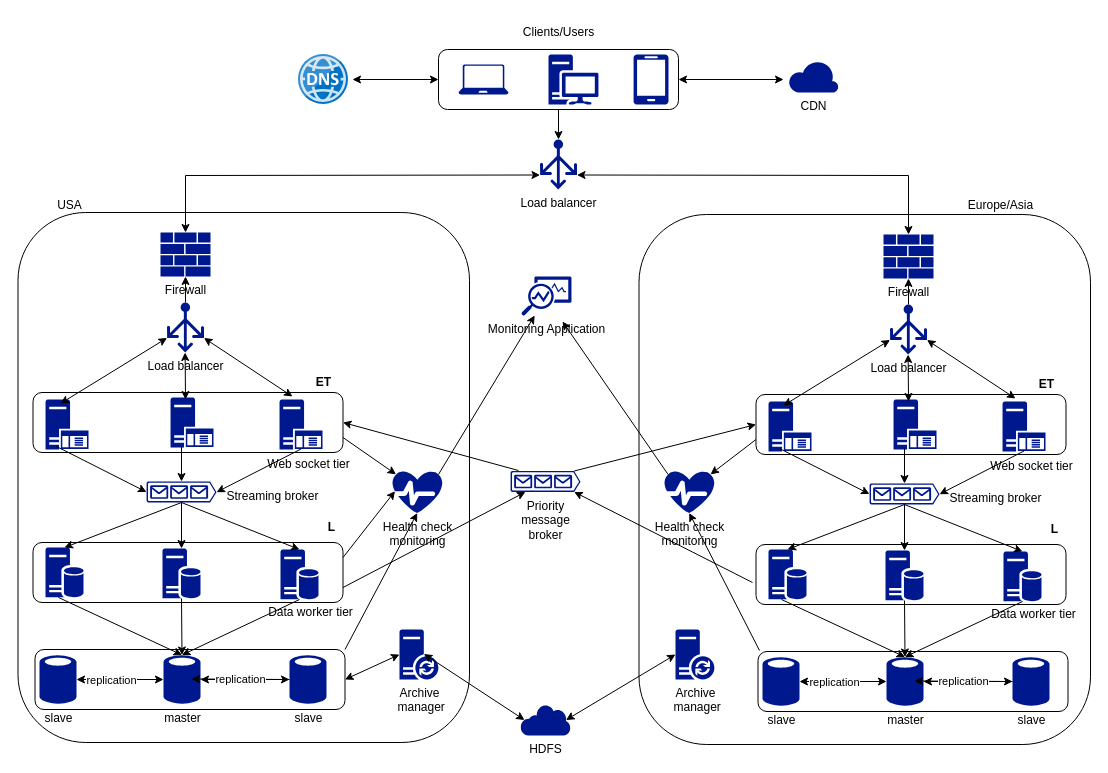
hkravtsov/hla keeps this draw.io diagram as resoures/drawio/HLA_architectural_design_0001.drawio. Above is the earlier version. Source tidied: cells renumbered, new cells numbered last; positions are measured from the earlier drawing's top-left corner, leaving out a move shared by most shapes. Both pictures are drawn from the tidied source at 100%, with x=0, y=0 at pixel (18, 17).
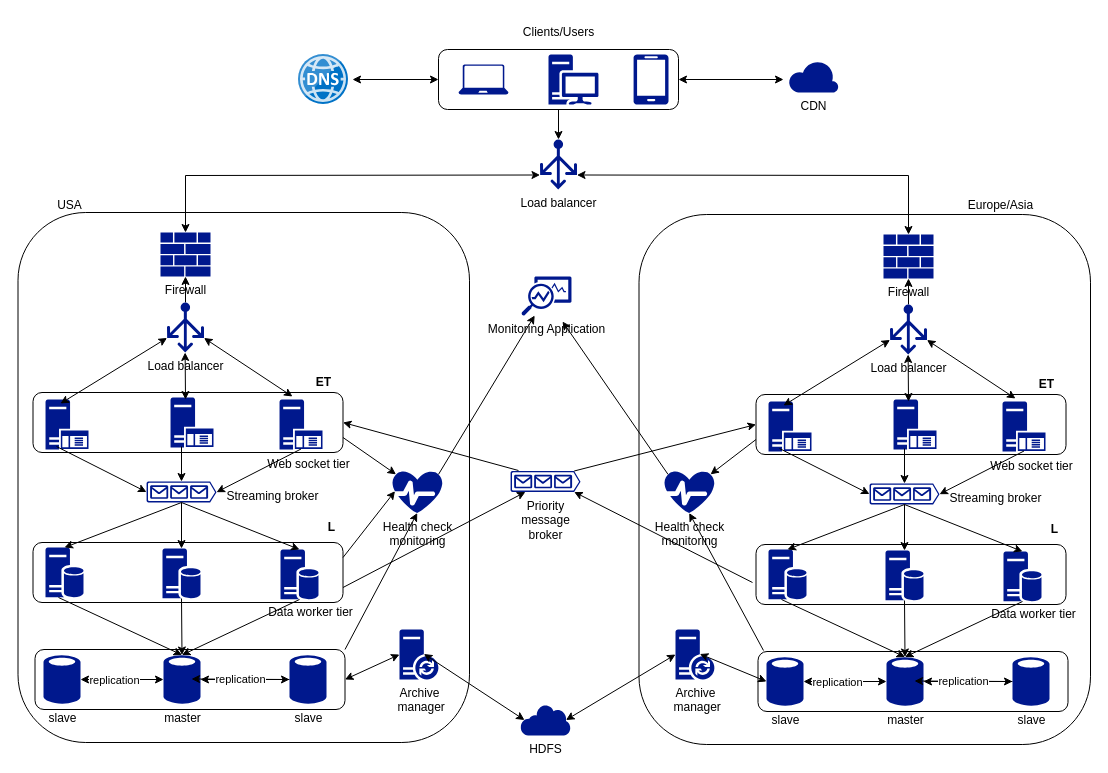
After the change.

The change refers to these unchanged cells:
```xml
<mxCell id="107" value="Archive&lt;br&gt;&amp;nbsp;manager" style="sketch=0;shadow=0;dashed=0;html=1;strokeColor=none;labelPosition=center;verticalLabelPosition=bottom;verticalAlign=top;align=center;fillColor=#00188D;shape=mxgraph.mscae.enterprise.database_synchronization;" parent="1" vertex="1">
  <mxGeometry x="657" y="612" width="39" height="50" as="geometry" />
</mxCell>
```

The edit, as a diff of the source:
```diff
@@
     <mxCell id="43" value="slave" style="sketch=0;shadow=0;dashed=0;html=1;strokeColor=none;labelPosition=center;verticalLabelPosition=bottom;verticalAlign=top;align=center;fillColor=#00188D;shape=mxgraph.mscae.enterprise.database_generic;" parent="1" vertex="1">
-      <mxGeometry x="21" y="637" width="37" height="50" as="geometry" />
+      <mxGeometry x="25" y="637" width="37" height="50" as="geometry" />
     </mxCell>
@@
     <mxCell id="95" value="slave" style="sketch=0;shadow=0;dashed=0;html=1;strokeColor=none;labelPosition=center;verticalLabelPosition=bottom;verticalAlign=top;align=center;fillColor=#00188D;shape=mxgraph.mscae.enterprise.database_generic;" parent="1" vertex="1">
-      <mxGeometry x="744" y="639" width="37" height="50" as="geometry" />
+      <mxGeometry x="748" y="639" width="37" height="50" as="geometry" />
     </mxCell>
@@
+    <mxCell id="116" style="endArrow=classic;startArrow=classic;html=1;rounded=0;entryX=0.625;entryY=0.49;entryDx=0;entryDy=0;entryPerimeter=0;exitX=0;exitY=0.5;exitDx=0;exitDy=0;exitPerimeter=0;" parent="1" edge="1" source="95" target="107">
+      <mxGeometry relative="1" as="geometry" />
+    </mxCell>
```
